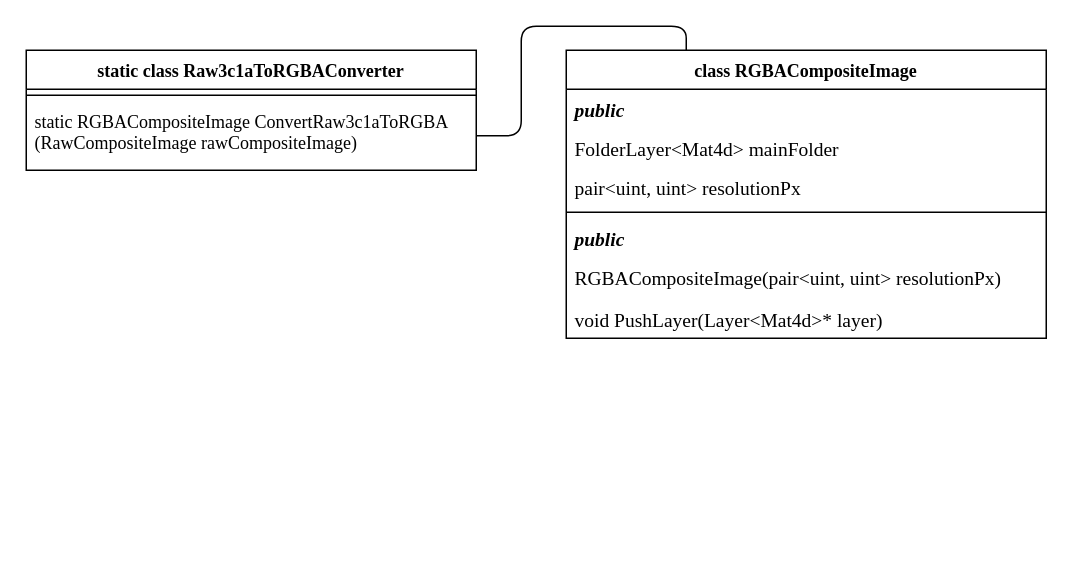
Above: page "CompositeProcessing" (7 of 9) of Docs/Class diagrams.drawio in SpatiumOwl/ComplexSky-2.0 (draw.io), before the change. Source tidied: cells renumbered, new cells numbered last; positions are measured from the earlier drawing's top-left corner, leaving out a move shared by most shapes. Both pictures are drawn from the tidied source at 150%, with x=0, y=0 at pixel (26, 26).
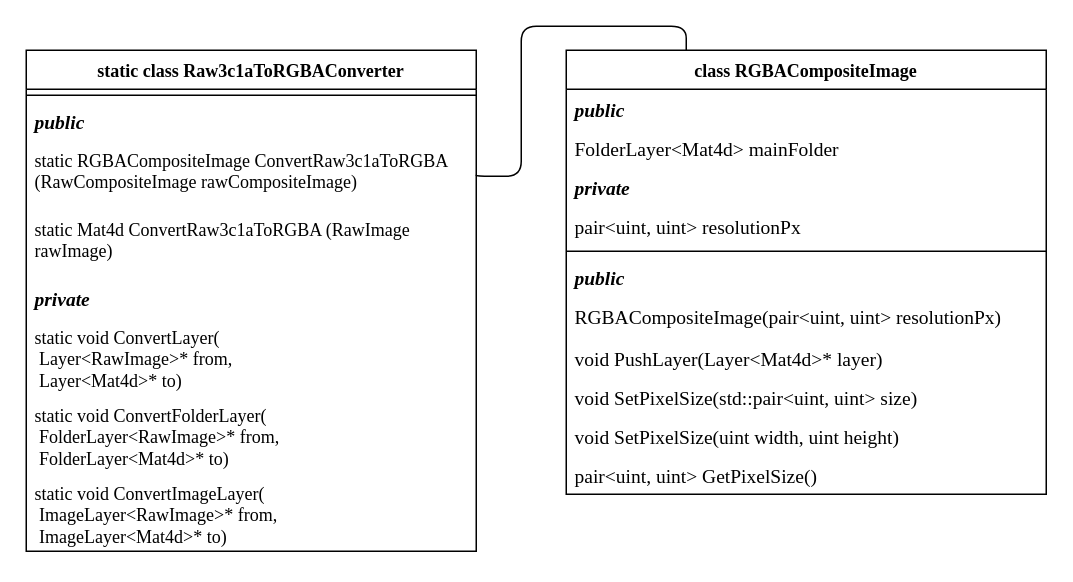
After the change.

The edit, as a diff of the source:
```diff
@@
     <mxCell id="2" value="static class Raw3c1aToRGBAConverter" style="swimlane;fontStyle=1;align=center;verticalAlign=top;horizontal=1;startSize=26;whiteSpace=wrap;html=1;fontFamily=Times New Roman;" parent="1" vertex="1">
-      <mxGeometry y="16" width="300" height="80" as="geometry" />
+      <mxGeometry y="16" width="300" height="334" as="geometry" />
     </mxCell>
@@
+    <mxCell id="14" value="public" style="text;strokeColor=none;fillColor=none;align=left;verticalAlign=top;spacingLeft=4;spacingRight=4;overflow=hidden;fontStyle=3;fontFamily=Times New Roman;fontSize=13;" parent="2" vertex="1">
+      <mxGeometry y="34" width="300" height="26" as="geometry" />
+    </mxCell>
     <mxCell id="4" value="static RGBACompositeImage ConvertRaw3c1aToRGBA (RawCompositeImage rawCompositeImage)" style="text;strokeColor=none;fillColor=none;align=left;verticalAlign=top;spacingLeft=4;spacingRight=4;overflow=hidden;points=[[0,0.5],[1,0.5]];portConstraint=eastwest;whiteSpace=wrap;html=1;fontFamily=Times New Roman;" parent="2" vertex="1">
-      <mxGeometry y="34" width="300" height="46" as="geometry" />
+      <mxGeometry y="60" width="300" height="46" as="geometry" />
     </mxCell>
+    <mxCell id="15" value="static Mat4d ConvertRaw3c1aToRGBA (RawImage rawImage)" style="text;strokeColor=none;fillColor=none;align=left;verticalAlign=top;spacingLeft=4;spacingRight=4;overflow=hidden;whiteSpace=wrap;html=1;fontFamily=Times New Roman;" parent="2" vertex="1">
+      <mxGeometry y="106" width="300" height="46" as="geometry" />
+    </mxCell>
+    <mxCell id="16" value="private" style="text;strokeColor=none;fillColor=none;align=left;verticalAlign=top;spacingLeft=4;spacingRight=4;overflow=hidden;fontStyle=3;fontFamily=Times New Roman;fontSize=13;" parent="2" vertex="1">
+      <mxGeometry y="152" width="300" height="26" as="geometry" />
+    </mxCell>
+    <mxCell id="17" value="&lt;div&gt;static void ConvertLayer(&lt;/div&gt;&lt;div&gt;&lt;span style=&quot;white-space: pre;&quot;&gt; &lt;/span&gt;Layer&amp;lt;RawImage&amp;gt;* from,&lt;/div&gt;&lt;div&gt;&lt;span style=&quot;white-space: pre;&quot;&gt; &lt;/span&gt;Layer&amp;lt;Mat4d&amp;gt;* to)&lt;/div&gt;" style="text;strokeColor=none;fillColor=none;align=left;verticalAlign=top;spacingLeft=4;spacingRight=4;overflow=hidden;whiteSpace=wrap;html=1;fontFamily=Times New Roman;" parent="2" vertex="1">
+      <mxGeometry y="178" width="300" height="52" as="geometry" />
+    </mxCell>
+    <mxCell id="18" value="&lt;div&gt;static void ConvertFolderLayer(&lt;/div&gt;&lt;div&gt;    &lt;span style=&quot;white-space: pre;&quot;&gt; &lt;/span&gt;FolderLayer&amp;lt;RawImage&amp;gt;* from,&lt;/div&gt;&lt;div&gt;&lt;span style=&quot;white-space: pre;&quot;&gt; &lt;/span&gt;FolderLayer&amp;lt;Mat4d&amp;gt;* to)&lt;/div&gt;" style="text;strokeColor=none;fillColor=none;align=left;verticalAlign=top;spacingLeft=4;spacingRight=4;overflow=hidden;whiteSpace=wrap;html=1;fontFamily=Times New Roman;" parent="2" vertex="1">
+      <mxGeometry y="230" width="300" height="52" as="geometry" />
+    </mxCell>
+    <mxCell id="19" value="&lt;div&gt;static void ConvertImageLayer(&lt;/div&gt;&lt;div&gt;&lt;span style=&quot;white-space: pre;&quot;&gt; &lt;/span&gt;ImageLayer&amp;lt;RawImage&amp;gt;* from,&lt;/div&gt;&lt;div&gt;&lt;span style=&quot;white-space: pre;&quot;&gt; &lt;/span&gt;ImageLayer&amp;lt;Mat4d&amp;gt;* to)&lt;/div&gt;" style="text;strokeColor=none;fillColor=none;align=left;verticalAlign=top;spacingLeft=4;spacingRight=4;overflow=hidden;whiteSpace=wrap;html=1;fontFamily=Times New Roman;" parent="2" vertex="1">
+      <mxGeometry y="282" width="300" height="52" as="geometry" />
+    </mxCell>
     <mxCell id="5" value="class RGBACompositeImage" style="swimlane;fontStyle=1;align=center;verticalAlign=top;horizontal=1;startSize=26;whiteSpace=wrap;html=1;fontFamily=Times New Roman;" parent="1" vertex="1">
-      <mxGeometry x="360" y="16" width="320" height="192" as="geometry" />
+      <mxGeometry x="360" y="16" width="320" height="296" as="geometry" />
     </mxCell>
@@
+    <mxCell id="20" value="private" style="text;strokeColor=none;fillColor=none;align=left;verticalAlign=top;spacingLeft=4;spacingRight=4;overflow=hidden;fontStyle=3;fontFamily=Times New Roman;fontSize=13;" parent="5" vertex="1">
+      <mxGeometry y="78" width="320" height="26" as="geometry" />
+    </mxCell>
     <mxCell id="8" value="pair&lt;uint, uint&gt; resolutionPx" style="text;strokeColor=none;fillColor=none;align=left;verticalAlign=top;spacingLeft=4;spacingRight=4;overflow=hidden;fontFamily=Times New Roman;fontSize=13;" parent="5" vertex="1">
-      <mxGeometry y="78" width="320" height="26" as="geometry" />
+      <mxGeometry y="104" width="320" height="26" as="geometry" />
     </mxCell>
     <mxCell id="9" style="line;strokeWidth=1;fillColor=none;align=left;verticalAlign=middle;spacingTop=-1;spacingLeft=3;spacingRight=3;labelPosition=right;strokeColor=inherit;" parent="5" vertex="1">
-      <mxGeometry y="104" width="320" height="8" as="geometry" />
+      <mxGeometry y="130" width="320" height="8" as="geometry" />
     </mxCell>
     <mxCell id="10" value="public" style="text;strokeColor=none;fillColor=none;align=left;verticalAlign=top;spacingLeft=4;spacingRight=4;overflow=hidden;fontStyle=3;fontFamily=Times New Roman;fontSize=13;" parent="5" vertex="1">
-      <mxGeometry y="112" width="320" height="26" as="geometry" />
+      <mxGeometry y="138" width="320" height="26" as="geometry" />
     </mxCell>
     <mxCell id="11" value="RGBACompositeImage(pair&amp;lt;uint, uint&amp;gt;&amp;nbsp;resolutionPx)" style="text;strokeColor=none;fillColor=none;align=left;verticalAlign=top;spacingLeft=4;spacingRight=4;overflow=hidden;whiteSpace=wrap;html=1;fontFamily=Times New Roman;fontSize=13;" parent="5" vertex="1">
-      <mxGeometry y="138" width="320" height="28" as="geometry" />
+      <mxGeometry y="164" width="320" height="28" as="geometry" />
     </mxCell>
     <mxCell id="12" value="void PushLayer(Layer&lt;Mat4d&gt;* layer)" style="text;strokeColor=none;fillColor=none;align=left;verticalAlign=top;spacingLeft=4;spacingRight=4;overflow=hidden;fontFamily=Times New Roman;fontSize=13;" parent="5" vertex="1">
-      <mxGeometry y="166" width="320" height="26" as="geometry" />
+      <mxGeometry y="192" width="320" height="26" as="geometry" />
     </mxCell>
+    <mxCell id="21" value="void SetPixelSize(std::pair&lt;uint, uint&gt; size)" style="text;strokeColor=none;fillColor=none;align=left;verticalAlign=top;spacingLeft=4;spacingRight=4;overflow=hidden;fontFamily=Times New Roman;fontSize=13;" parent="5" vertex="1">
+      <mxGeometry y="218" width="320" height="26" as="geometry" />
+    </mxCell>
+    <mxCell id="22" value="void SetPixelSize(uint width, uint height)" style="text;strokeColor=none;fillColor=none;align=left;verticalAlign=top;spacingLeft=4;spacingRight=4;overflow=hidden;fontFamily=Times New Roman;fontSize=13;" parent="5" vertex="1">
+      <mxGeometry y="244" width="320" height="26" as="geometry" />
+    </mxCell>
+    <mxCell id="23" value="pair&lt;uint, uint&gt; GetPixelSize()" style="text;strokeColor=none;fillColor=none;align=left;verticalAlign=top;spacingLeft=4;spacingRight=4;overflow=hidden;fontFamily=Times New Roman;fontSize=13;" parent="5" vertex="1">
+      <mxGeometry y="270" width="320" height="26" as="geometry" />
+    </mxCell>
     <mxCell id="13" style="edgeStyle=orthogonalEdgeStyle;jettySize=auto;html=1;exitX=1;exitY=0.5;exitDx=0;exitDy=0;entryX=0.25;entryY=0;entryDx=0;entryDy=0;endArrow=none;endFill=0;rounded=1;" parent="1" edge="1" source="4" target="5">
       <mxGeometry relative="1" as="geometry">
         <Array as="points">
-          <mxPoint x="330" y="73" />
+          <mxPoint x="300" y="100" />
+          <mxPoint x="330" y="100" />
           <mxPoint x="330" />
           <mxPoint x="440" />
         </Array>
       </mxGeometry>
     </mxCell>
```
